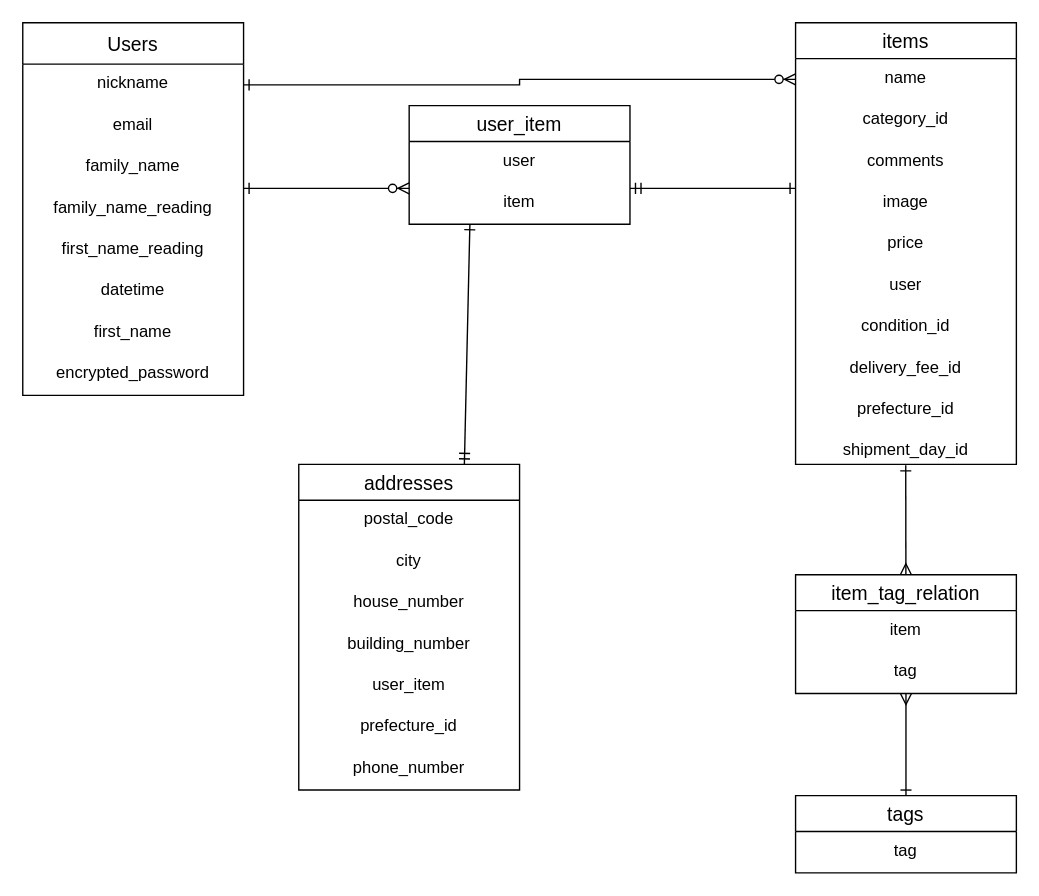
Above: furima.dio in xxxkana/furima-36249 (draw.io), before the change. Source tidied: cells renumbered, new cells numbered last; positions are measured from the earlier drawing's top-left corner, leaving out a move shared by most shapes. Both pictures are drawn from the tidied source at 138%, with x=0, y=0 at pixel (22, 22).
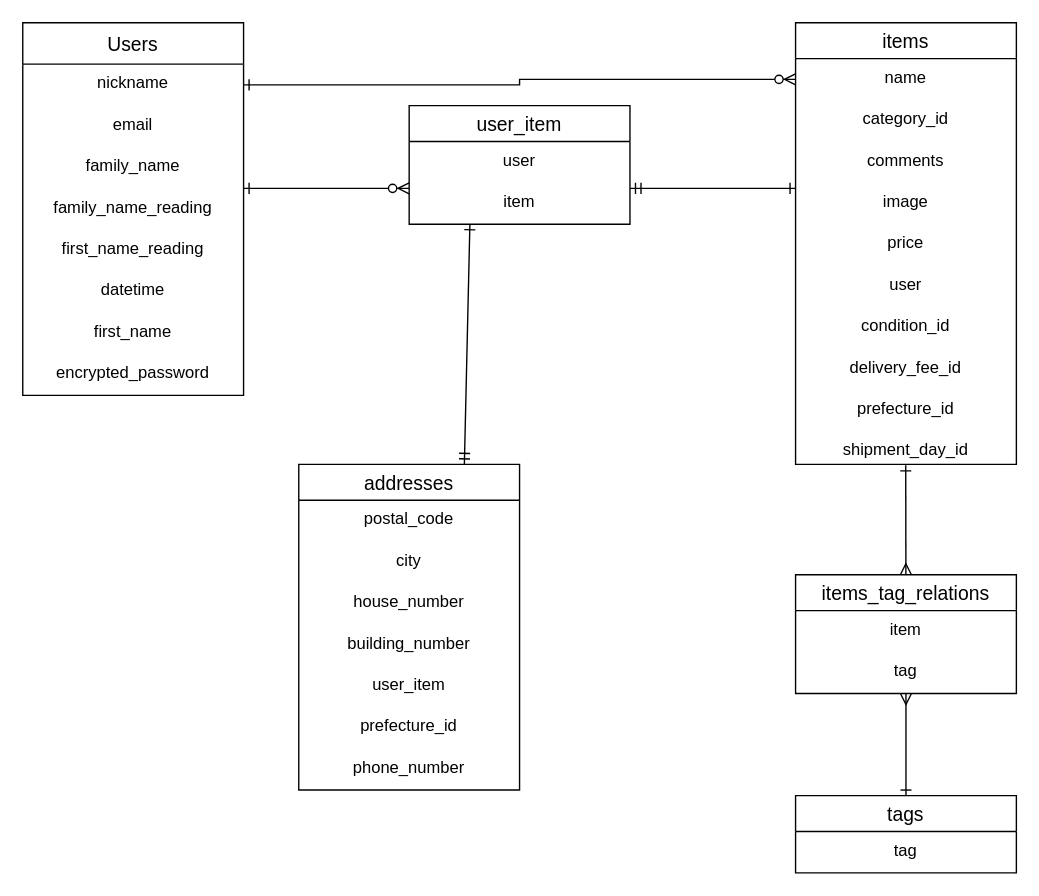
The same diagram, later.

The edit, as a diff of the source:
```diff
@@
-    <mxCell id="38" value="item_tag_relation" style="swimlane;fontStyle=0;horizontal=1;startSize=26;align=center;fontSize=14;" parent="1" vertex="1">
+    <mxCell id="38" value="items_tag_relations" style="swimlane;fontStyle=0;horizontal=1;startSize=26;align=center;fontSize=14;" parent="1" vertex="1">
       <mxGeometry x="560" y="400" width="160" height="86" as="geometry" />
     </mxCell>
```
